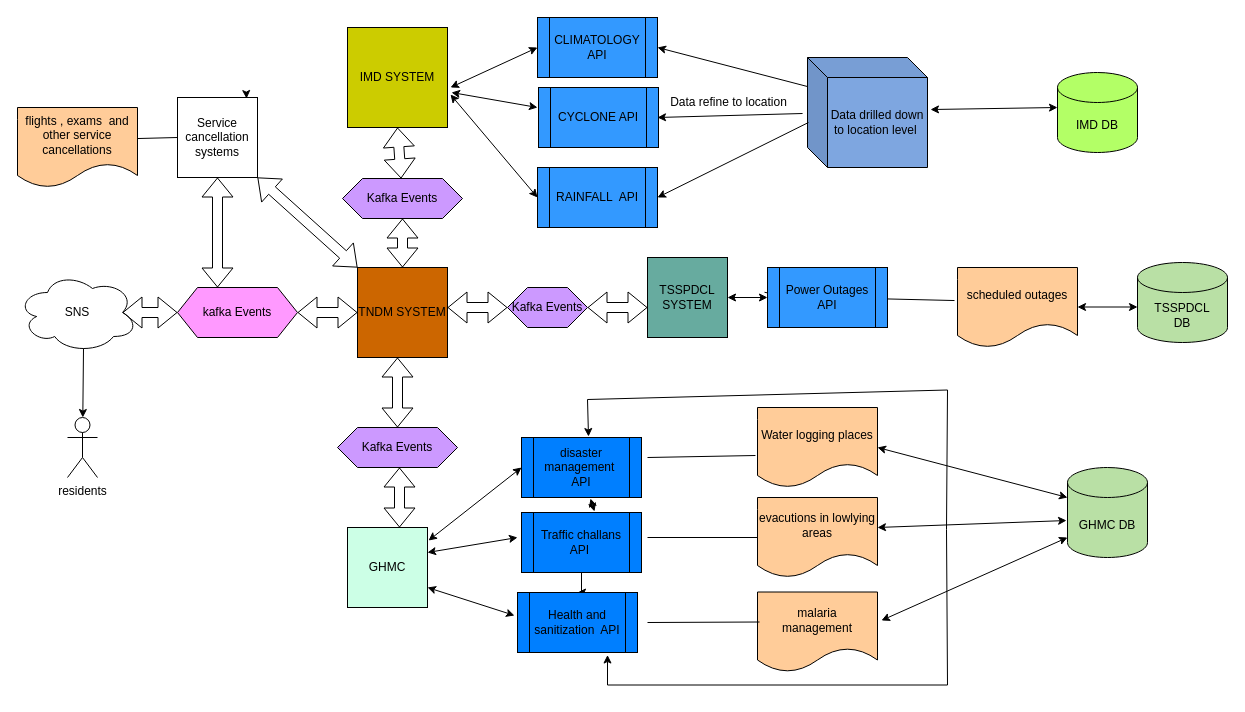
Earlier version of the draw.io diagram Untitled Diagram.drawio (divyadronavalli/demo). Source tidied: cells renumbered, new cells numbered last; positions are measured from the earlier drawing's top-left corner, leaving out a move shared by most shapes. Both pictures are drawn from the tidied source at 100%, with x=0, y=0 at pixel (17, 17).
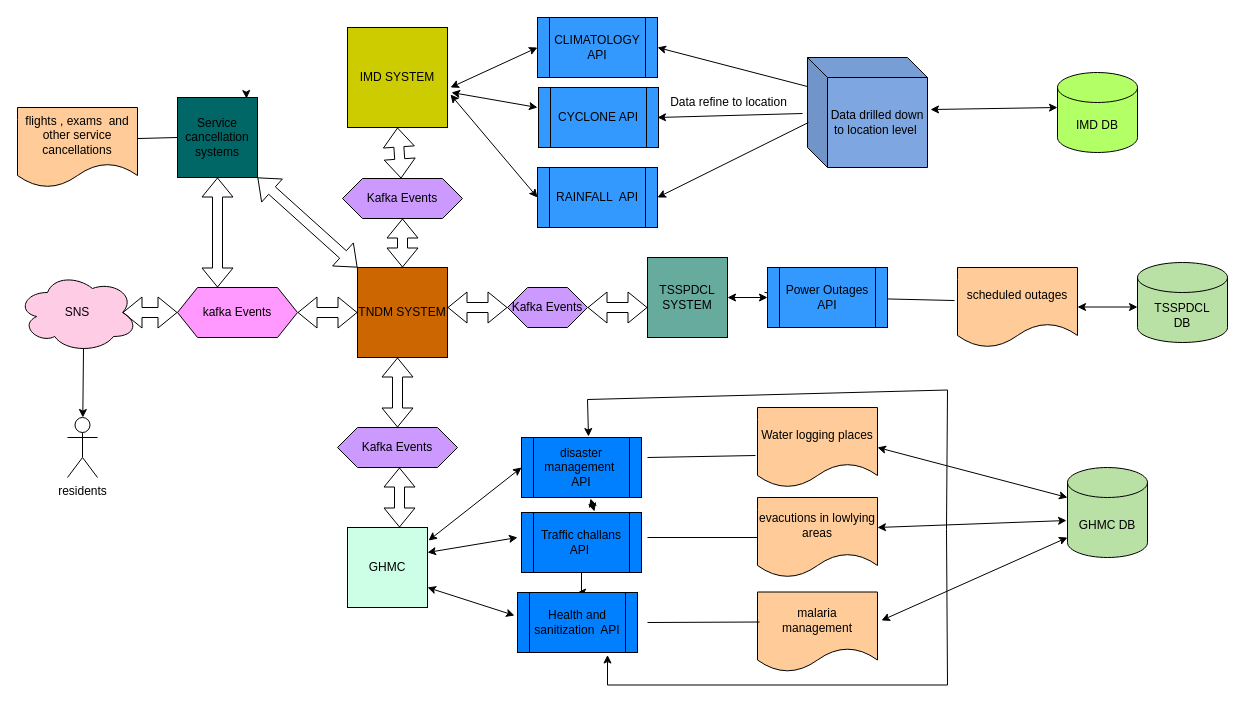
The same page after the edit.

Commit message:
colored_Architecture-higlifhting various systems

Diff of the diagram source:
```diff
@@
-    <mxCell id="4" value="SNS" style="ellipse;shape=cloud;whiteSpace=wrap;html=1;" parent="1" vertex="1">
+    <mxCell id="4" value="SNS" style="ellipse;shape=cloud;whiteSpace=wrap;html=1;fillColor=#FFCCE6;" parent="1" vertex="1">
       <mxGeometry y="255" width="120" height="80" as="geometry" />
     </mxCell>
@@
-    <mxCell id="50" value="Service cancellation systems" style="whiteSpace=wrap;html=1;" parent="1" vertex="1">
+    <mxCell id="50" value="Service cancellation systems" style="whiteSpace=wrap;html=1;fillColor=#006666;" parent="1" vertex="1">
       <mxGeometry x="160" y="80" width="80" height="80" as="geometry" />
     </mxCell>
```
